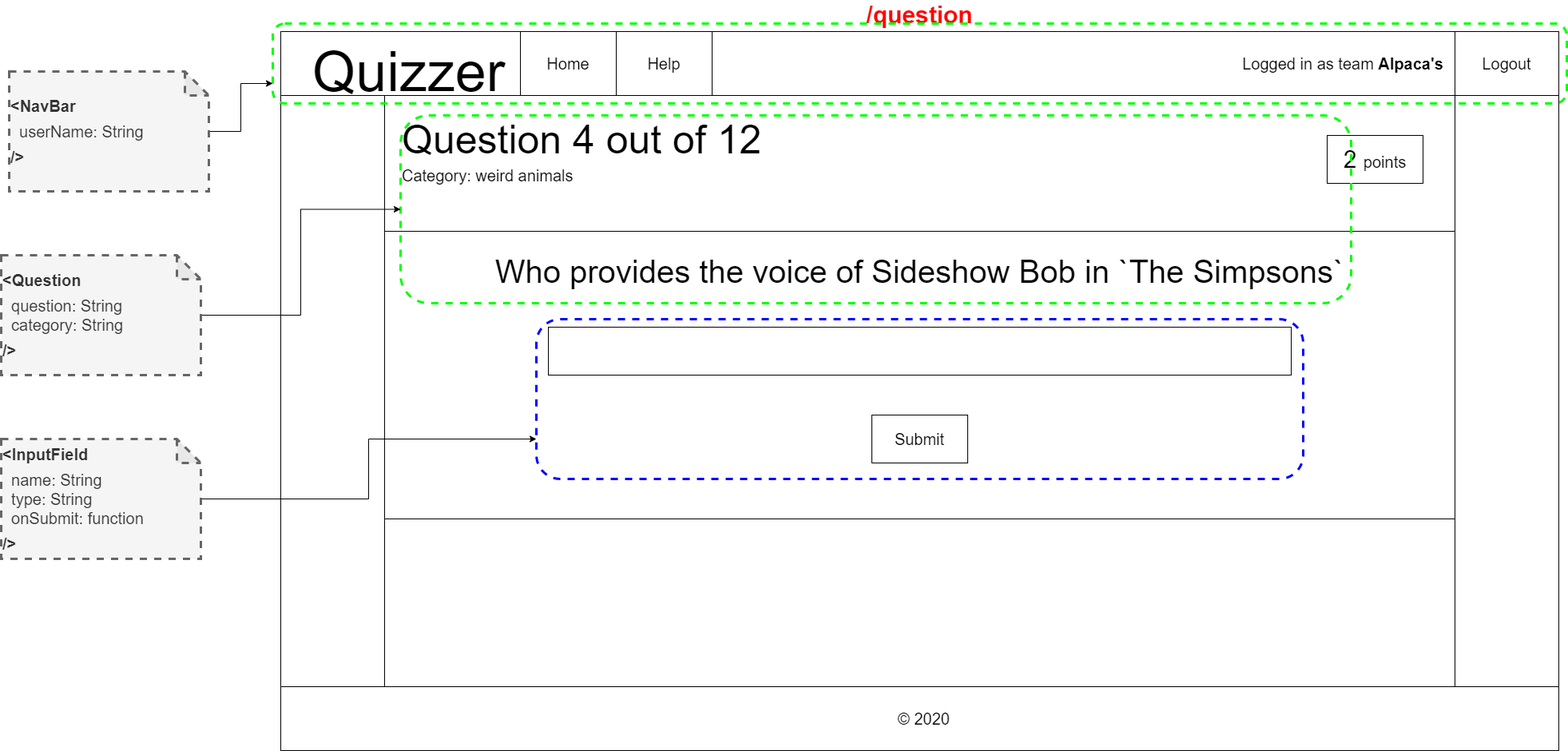
IkBenDeSjaak/Quizzer keeps this draw.io diagram as docs/wireframes-with-react-components/team-questions.png. Above is the earlier version. Source tidied: cells renumbered, new cells last; positions are measured from the earlier drawing's top-left corner, leaving out a move shared by most shapes.
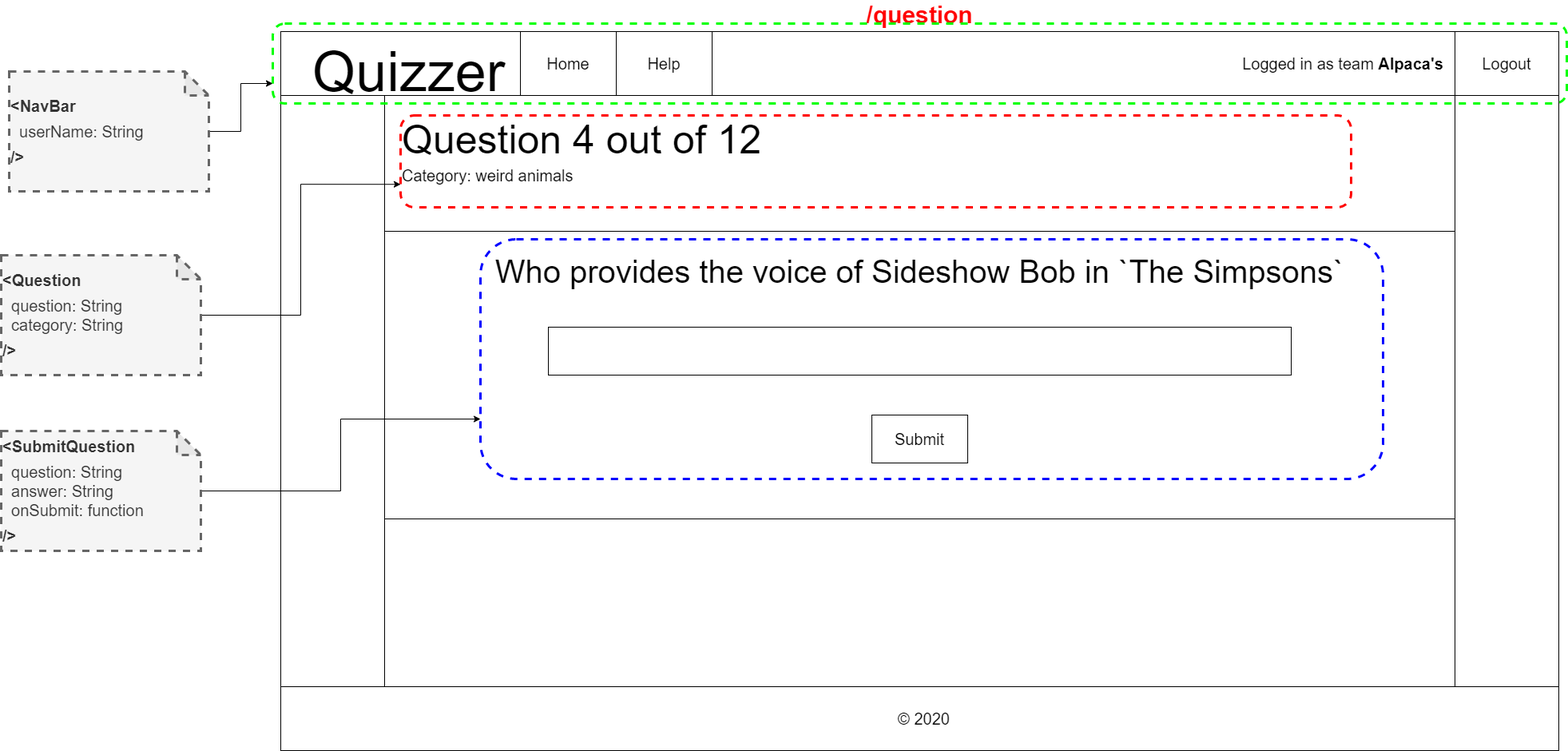
Above is the later version.

Diff of the diagram source:
```diff
@@ -56,17 +56,14 @@
     <mxCell id="19" value="Logout" style="rounded=0;whiteSpace=wrap;html=1;fontSize=20;" parent="2" vertex="1">
       <mxGeometry x="1470" width="130" height="80" as="geometry" />
     </mxCell>
-    <mxCell id="20" value="&lt;font&gt;&lt;font style=&quot;font-size: 30px&quot;&gt;2 &lt;/font&gt;&lt;font style=&quot;font-size: 20px&quot;&gt;points&lt;/font&gt;&lt;/font&gt;" style="rounded=0;whiteSpace=wrap;html=1;" parent="2" vertex="1">
-      <mxGeometry x="1310" y="130" width="120" height="60" as="geometry" />
-    </mxCell>
     <mxCell id="21" style="rounded=1;whiteSpace=wrap;html=1;fillColor=none;strokeColor=#00FF00;dashed=1;strokeWidth=3;" parent="2" vertex="1">
       <mxGeometry x="-10" y="-10" width="1620" height="100" as="geometry" />
     </mxCell>
-    <mxCell id="22" style="rounded=1;whiteSpace=wrap;html=1;dashed=1;strokeColor=#00FF00;strokeWidth=3;fillColor=none;" parent="2" vertex="1">
-      <mxGeometry x="150" y="105" width="1190" height="235" as="geometry" />
+    <mxCell id="22" style="rounded=1;whiteSpace=wrap;html=1;dashed=1;strokeWidth=3;fillColor=none;strokeColor=#FF0000;" parent="2" vertex="1">
+      <mxGeometry x="150" y="105" width="1190" height="115" as="geometry" />
     </mxCell>
     <mxCell id="23" style="rounded=1;whiteSpace=wrap;html=1;dashed=1;strokeWidth=3;fillColor=none;strokeColor=#0000FF;" parent="2" vertex="1">
-      <mxGeometry x="320" y="360" width="960" height="200" as="geometry" />
+      <mxGeometry x="250" y="260" width="1130" height="300" as="geometry" />
     </mxCell>
     <mxCell id="24" style="edgeStyle=orthogonalEdgeStyle;rounded=0;jettySize=auto;html=1;entryX=0;entryY=0.75;entryDx=0;entryDy=0;" parent="1" edge="1" source="25" target="21">
       <mxGeometry relative="1" as="geometry" />
@@ -74,7 +71,7 @@
     <mxCell id="25" value="&lt;b style=&quot;font-size: 20px&quot;&gt;&amp;lt;NavBar&lt;/b&gt;&lt;br style=&quot;font-size: 20px&quot;&gt;&lt;span style=&quot;font-size: 20px&quot;&gt;&amp;nbsp; userName: String&amp;nbsp;&amp;nbsp;&lt;/span&gt;&lt;br style=&quot;font-size: 20px&quot;&gt;&lt;b style=&quot;font-size: 20px&quot;&gt;/&amp;gt;&lt;/b&gt;" style="shape=note;whiteSpace=wrap;html=1;backgroundOutline=1;darkOpacity=0.05;dashed=1;strokeColor=#666666;strokeWidth=3;fillColor=#f5f5f5;fontColor=#333333;align=left;" parent="1" vertex="1">
       <mxGeometry x="10" y="60" width="250" height="150" as="geometry" />
     </mxCell>
-    <mxCell id="26" style="edgeStyle=orthogonalEdgeStyle;rounded=0;jettySize=auto;html=1;" parent="1" edge="1" source="27" target="22">
+    <mxCell id="26" style="edgeStyle=orthogonalEdgeStyle;rounded=0;jettySize=auto;html=1;entryX=0;entryY=0.75;entryDx=0;entryDy=0;" parent="1" edge="1" source="27" target="22">
       <mxGeometry relative="1" as="geometry" />
     </mxCell>
     <mxCell id="27" value="&lt;b style=&quot;font-size: 20px&quot;&gt;&amp;lt;Question&lt;/b&gt;&lt;br style=&quot;font-size: 20px&quot;&gt;&lt;span style=&quot;font-size: 20px&quot;&gt;&amp;nbsp; question: String&lt;br&gt;&amp;nbsp; category: String&amp;nbsp;&amp;nbsp;&lt;/span&gt;&lt;br style=&quot;font-size: 20px&quot;&gt;&lt;b style=&quot;font-size: 20px&quot;&gt;/&amp;gt;&lt;/b&gt;" style="shape=note;whiteSpace=wrap;html=1;backgroundOutline=1;darkOpacity=0.05;dashed=1;strokeColor=#666666;strokeWidth=3;fillColor=#f5f5f5;fontColor=#333333;align=left;" parent="1" vertex="1">
@@ -83,8 +80,8 @@
     <mxCell id="28" style="edgeStyle=orthogonalEdgeStyle;rounded=0;jettySize=auto;html=1;entryX=0;entryY=0.75;entryDx=0;entryDy=0;" parent="1" edge="1" source="29" target="23">
       <mxGeometry relative="1" as="geometry" />
     </mxCell>
-    <mxCell id="29" value="&lt;b style=&quot;font-size: 20px&quot;&gt;&amp;lt;InputField&lt;/b&gt;&lt;br style=&quot;font-size: 20px&quot;&gt;&lt;span style=&quot;font-size: 20px&quot;&gt;&amp;nbsp; name: String&lt;br&gt;&amp;nbsp; type: String&lt;br&gt;&lt;/span&gt;&lt;font style=&quot;font-size: 20px&quot;&gt;&amp;nbsp; onSubmit: function&lt;/font&gt;&lt;br style=&quot;font-size: 20px&quot;&gt;&lt;b style=&quot;font-size: 20px&quot;&gt;/&amp;gt;&lt;/b&gt;" style="shape=note;whiteSpace=wrap;html=1;backgroundOutline=1;darkOpacity=0.05;dashed=1;strokeColor=#666666;strokeWidth=3;fillColor=#f5f5f5;fontColor=#333333;align=left;" parent="1" vertex="1">
-      <mxGeometry y="520" width="250" height="150" as="geometry" />
+    <mxCell id="29" value="&lt;b style=&quot;font-size: 20px&quot;&gt;&amp;lt;SubmitQuestion&lt;/b&gt;&lt;br style=&quot;font-size: 20px&quot;&gt;&lt;span style=&quot;font-size: 20px&quot;&gt;&amp;nbsp; question: String&lt;br&gt;&amp;nbsp; answer: String&lt;br&gt;&lt;/span&gt;&lt;font style=&quot;font-size: 20px&quot;&gt;&amp;nbsp; onSubmit: function&lt;/font&gt;&lt;br style=&quot;font-size: 20px&quot;&gt;&lt;b style=&quot;font-size: 20px&quot;&gt;/&amp;gt;&lt;/b&gt;" style="shape=note;whiteSpace=wrap;html=1;backgroundOutline=1;darkOpacity=0.05;dashed=1;strokeColor=#666666;strokeWidth=3;fillColor=#f5f5f5;fontColor=#333333;align=left;" parent="1" vertex="1">
+      <mxGeometry y="510" width="250" height="150" as="geometry" />
     </mxCell>
   </root>
 </mxGraphModel>
```
